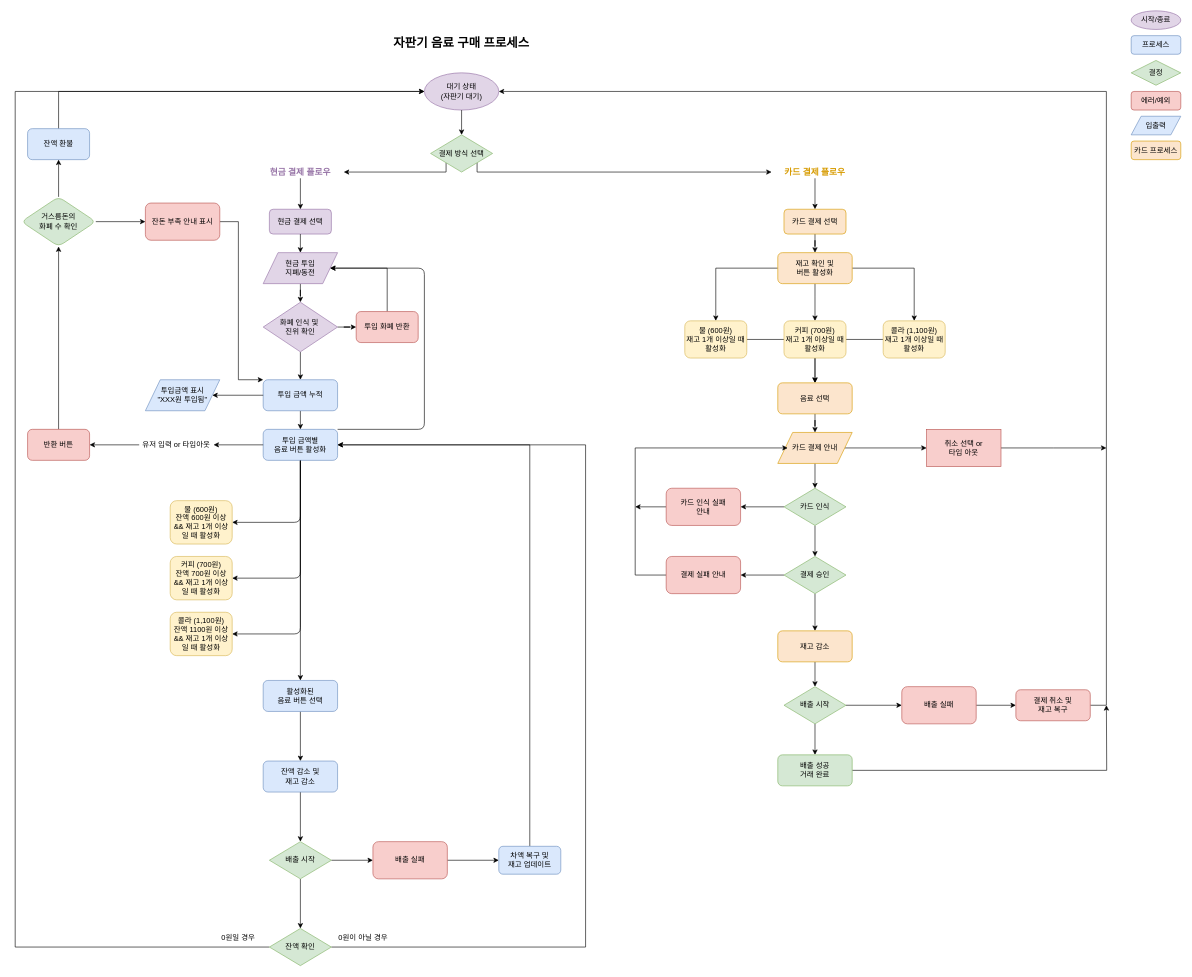
Earlier version of the draw.io diagram docs/vending-machine-flow.drawio (CaesiumY/wise-vending-machine). Source tidied: cells renumbered, new cells numbered last; positions are measured from the earlier drawing's top-left corner, leaving out a move shared by most shapes. Both pictures are drawn from the tidied source at 62%, with x=0, y=0 at pixel (15, 11).
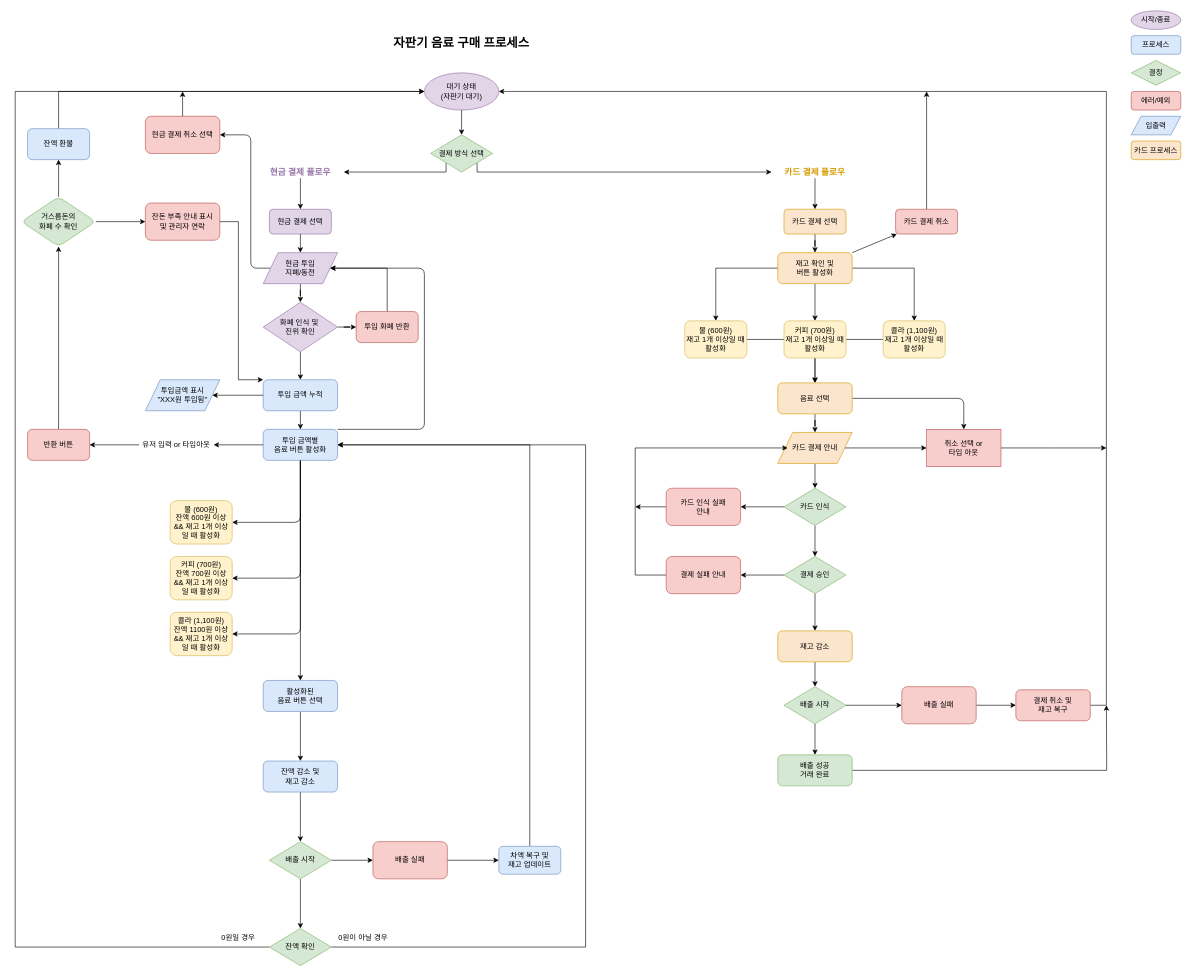
The same page after the edit.

Commit message (it also covers changes not shown here):
docs: 자판기 음료 구매 프로세스 다이어그램 업데이트 및 PNG 파일 추가

- vending-machine-flow.drawio: 음료 구매 프로세스의 흐름을 개선하고 새로운 요소 추가
- vending-machine-flow.drawio.png: 다이어그램의 PNG 버전 추가

The change refers to these unchanged cells:
```xml
<mxCell id="9" value="현금 투입&#10;지폐/동전" style="shape=parallelogram;perimeter=parallelogramPerimeter;whiteSpace=wrap;html=1;fillColor=#e1d5e7;strokeColor=#9673a6;" parent="1" vertex="1">
  <mxGeometry x="400" y="390" width="120" height="50" as="geometry" />
</mxCell>
<mxCell id="85" value="재고 확인 및&#10;버튼 활성화" style="rounded=1;whiteSpace=wrap;html=1;fillColor=#fce5cd;strokeColor=#d79b00;" parent="1" vertex="1">
  <mxGeometry x="1230" y="390" width="120" height="50" as="geometry" />
</mxCell>
<mxCell id="89" value="음료 선택" style="rounded=1;whiteSpace=wrap;html=1;fillColor=#fce5cd;strokeColor=#d79b00;" parent="1" vertex="1">
  <mxGeometry x="1230" y="600" width="120" height="50" as="geometry" />
</mxCell>
<mxCell id="106" value="취소 선택 or&lt;br&gt;타임 아웃" style="whiteSpace=wrap;html=1;fillColor=#f8cecc;strokeColor=#b85450;" parent="1" vertex="1">
  <mxGeometry x="1470" y="675" width="120" height="60" as="geometry" />
</mxCell>
```

The edit, as a diff of the source:
```diff
@@
+    <mxCell id="107" style="edgeStyle=none;html=1;entryX=1;entryY=0.5;entryDx=0;entryDy=0;exitX=0;exitY=0.5;exitDx=0;exitDy=0;" parent="1" edge="1" source="9" target="111">
+      <mxGeometry relative="1" as="geometry">
+        <Array as="points">
+          <mxPoint x="380" y="415" />
+          <mxPoint x="380" y="340" />
+          <mxPoint x="380" y="200" />
+        </Array>
+      </mxGeometry>
+    </mxCell>
@@
-    <mxCell id="83" value="잔돈 부족 안내 표시" style="whiteSpace=wrap;html=1;fillColor=#f8cecc;strokeColor=#b85450;rounded=1;" parent="1" vertex="1">
+    <mxCell id="83" value="잔돈 부족 안내 표시&lt;br&gt;및 관리자 연락" style="whiteSpace=wrap;html=1;fillColor=#f8cecc;strokeColor=#b85450;rounded=1;" parent="1" vertex="1">
       <mxGeometry x="210" y="310" width="120" height="60" as="geometry" />
     </mxCell>
+    <mxCell id="108" style="edgeStyle=none;html=1;exitX=1;exitY=0;exitDx=0;exitDy=0;" parent="1" edge="1" source="85" target="113">
+      <mxGeometry relative="1" as="geometry" />
+    </mxCell>
@@
+    <mxCell id="109" style="edgeStyle=none;html=1;entryX=0.5;entryY=0;entryDx=0;entryDy=0;" parent="1" edge="1" source="89" target="106">
+      <mxGeometry relative="1" as="geometry">
+        <Array as="points">
+          <mxPoint x="1530" y="625" />
+        </Array>
+      </mxGeometry>
+    </mxCell>
@@
+    <mxCell id="110" style="edgeStyle=none;html=1;" parent="1" edge="1" source="111">
+      <mxGeometry relative="1" as="geometry">
+        <mxPoint x="270" y="130" as="targetPoint" />
+      </mxGeometry>
+    </mxCell>
+    <mxCell id="111" value="현금 결제 취소 선택" style="whiteSpace=wrap;html=1;fillColor=#f8cecc;strokeColor=#b85450;rounded=1;" parent="1" vertex="1">
+      <mxGeometry x="210" y="170" width="120" height="60" as="geometry" />
+    </mxCell>
+    <mxCell id="112" style="edgeStyle=none;html=1;" parent="1" edge="1" source="113">
+      <mxGeometry relative="1" as="geometry">
+        <mxPoint x="1470" y="130" as="targetPoint" />
+      </mxGeometry>
+    </mxCell>
+    <mxCell id="113" value="카드 결제 취소" style="rounded=1;whiteSpace=wrap;html=1;fillColor=#f8cecc;strokeColor=#b85450;" parent="1" vertex="1">
+      <mxGeometry x="1420" y="320" width="100" height="40" as="geometry" />
+    </mxCell>
```
